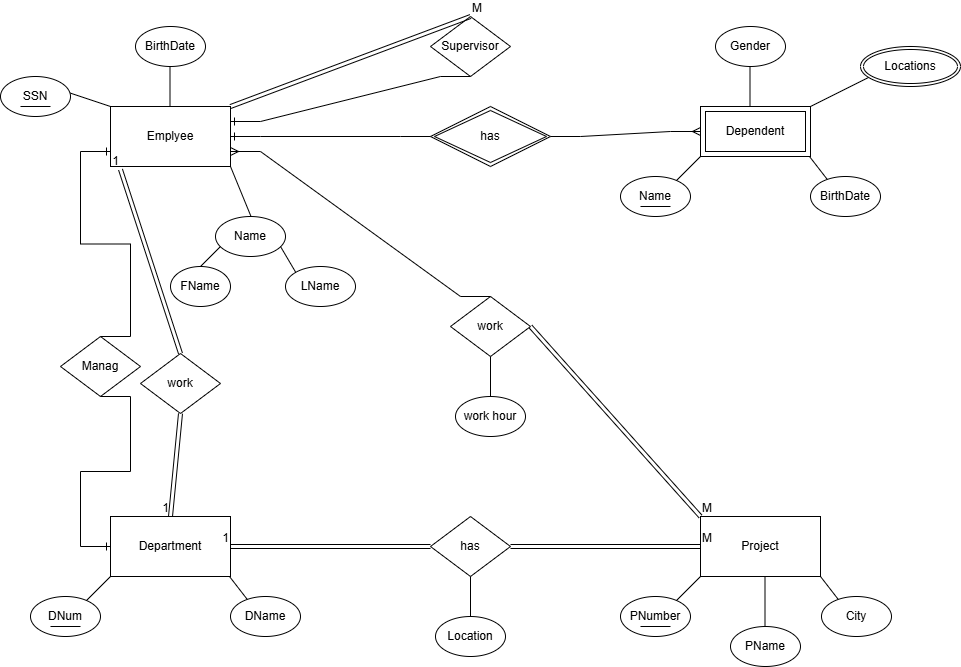
faljabri09-blip/Database-Course-documentation keeps this draw.io diagram as day2/Company E-R.png. Above is the earlier version. Source tidied: cells renumbered, new cells last; positions are measured from the earlier drawing's top-left corner, leaving out a move shared by most shapes.
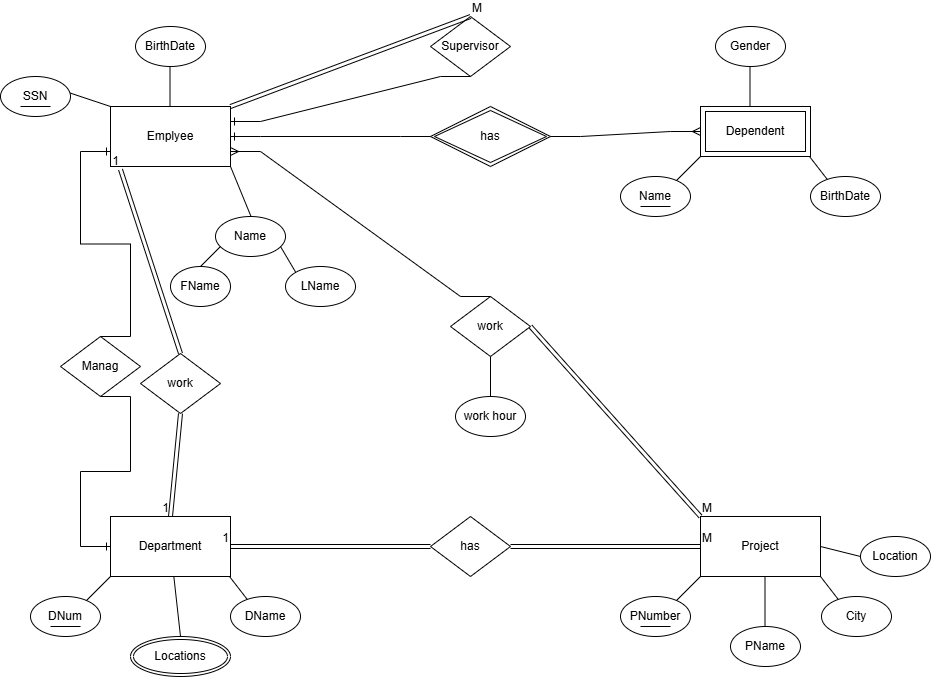
The same file after the commit.

What changed in the source:
```diff
@@ -173,14 +173,11 @@
     <mxCell id="41" value="work hour" style="ellipse;whiteSpace=wrap;html=1;" parent="1" vertex="1">
       <mxGeometry x="455" y="380" width="70" height="40" as="geometry" />
     </mxCell>
-    <mxCell id="42" style="endArrow=none;html=1;rounded=0;entryX=0.5;entryY=1;entryDx=0;entryDy=0;" parent="1" edge="1">
-      <mxGeometry relative="1" as="geometry">
-        <mxPoint x="470" y="600" as="sourcePoint" />
-        <mxPoint x="470" y="560" as="targetPoint" />
-      </mxGeometry>
+    <mxCell id="42" style="endArrow=none;html=1;rounded=0;entryX=1;entryY=0.5;entryDx=0;entryDy=0;exitX=0;exitY=0.5;exitDx=0;exitDy=0;" parent="1" edge="1" source="43" target="3">
+      <mxGeometry relative="1" as="geometry" />
     </mxCell>
     <mxCell id="43" value="Location" style="ellipse;whiteSpace=wrap;html=1;" parent="1" vertex="1">
-      <mxGeometry x="435" y="600" width="70" height="40" as="geometry" />
+      <mxGeometry x="860" y="520" width="70" height="40" as="geometry" />
     </mxCell>
     <mxCell id="44" style="edgeStyle=entityRelationEdgeStyle;fontSize=12;html=1;endArrow=ERmany;rounded=0;entryX=1;entryY=0.75;entryDx=0;entryDy=0;exitX=0.5;exitY=0;exitDx=0;exitDy=0;" parent="1" edge="1" source="36" target="2">
       <mxGeometry relative="1" as="geometry" />
@@ -205,13 +202,11 @@
         <mxPoint x="670" y="610" as="targetPoint" />
       </mxGeometry>
     </mxCell>
-    <mxCell id="49" style="endArrow=none;html=1;rounded=0;entryX=1;entryY=0;entryDx=0;entryDy=0;" parent="1" edge="1" target="38">
-      <mxGeometry relative="1" as="geometry">
-        <mxPoint x="870" y="60" as="sourcePoint" />
-      </mxGeometry>
+    <mxCell id="49" style="endArrow=none;html=1;rounded=0;exitX=0.5;exitY=0;exitDx=0;exitDy=0;" parent="1" edge="1" source="50" target="4">
+      <mxGeometry relative="1" as="geometry" />
     </mxCell>
     <mxCell id="50" value="Locations" style="ellipse;shape=doubleEllipse;margin=3;whiteSpace=wrap;html=1;align=center;" parent="1" vertex="1">
-      <mxGeometry x="860" y="30" width="100" height="40" as="geometry" />
+      <mxGeometry x="130" y="620" width="100" height="40" as="geometry" />
     </mxCell>
     <mxCell id="51" style="edgeStyle=entityRelationEdgeStyle;fontSize=12;html=1;endArrow=ERone;endFill=1;rounded=0;exitX=0;exitY=0.5;exitDx=0;exitDy=0;entryX=1;entryY=0.5;entryDx=0;entryDy=0;" parent="1" edge="1" source="39" target="2">
       <mxGeometry relative="1" as="geometry" />
```
